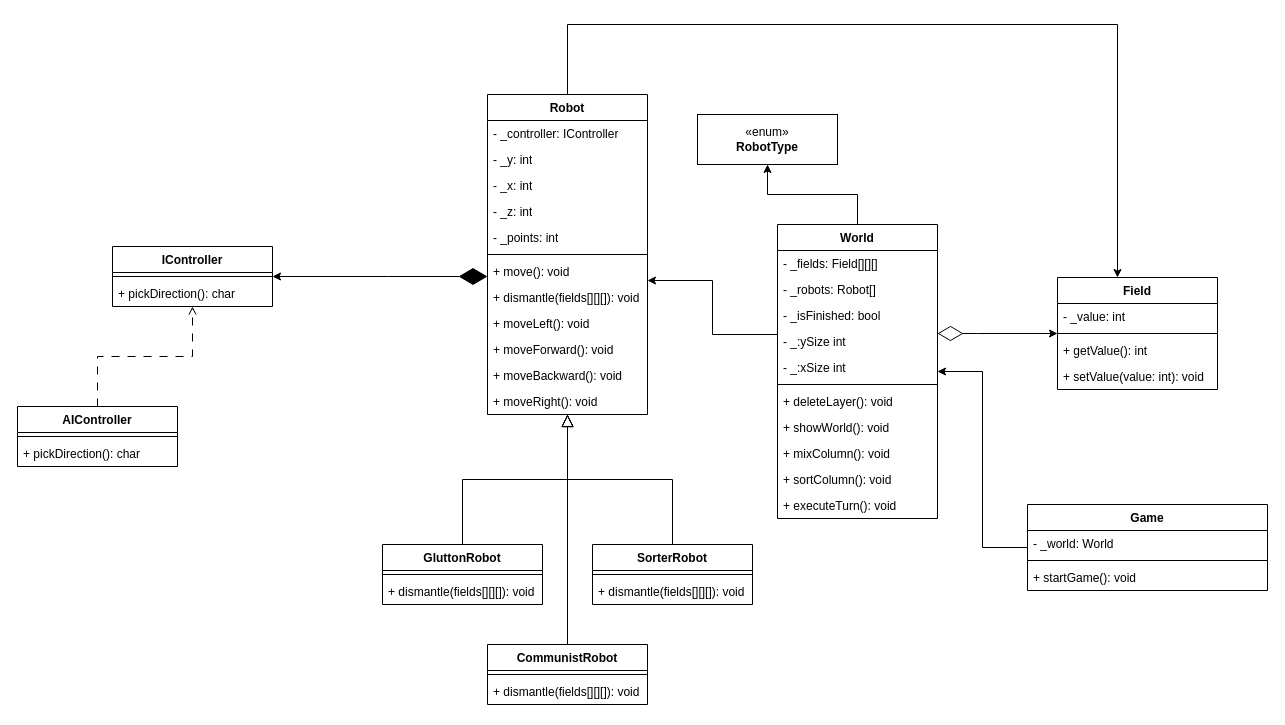
ergimandija/ParallelDeepMiner keeps this draw.io diagram as DeepMiner.drawio. Above is the earlier version. Source tidied: cells renumbered, new cells numbered last; positions are measured from the earlier drawing's top-left corner, leaving out a move shared by most shapes. Both pictures are drawn from the tidied source at 100%, with x=0, y=0 at pixel (17, 24).
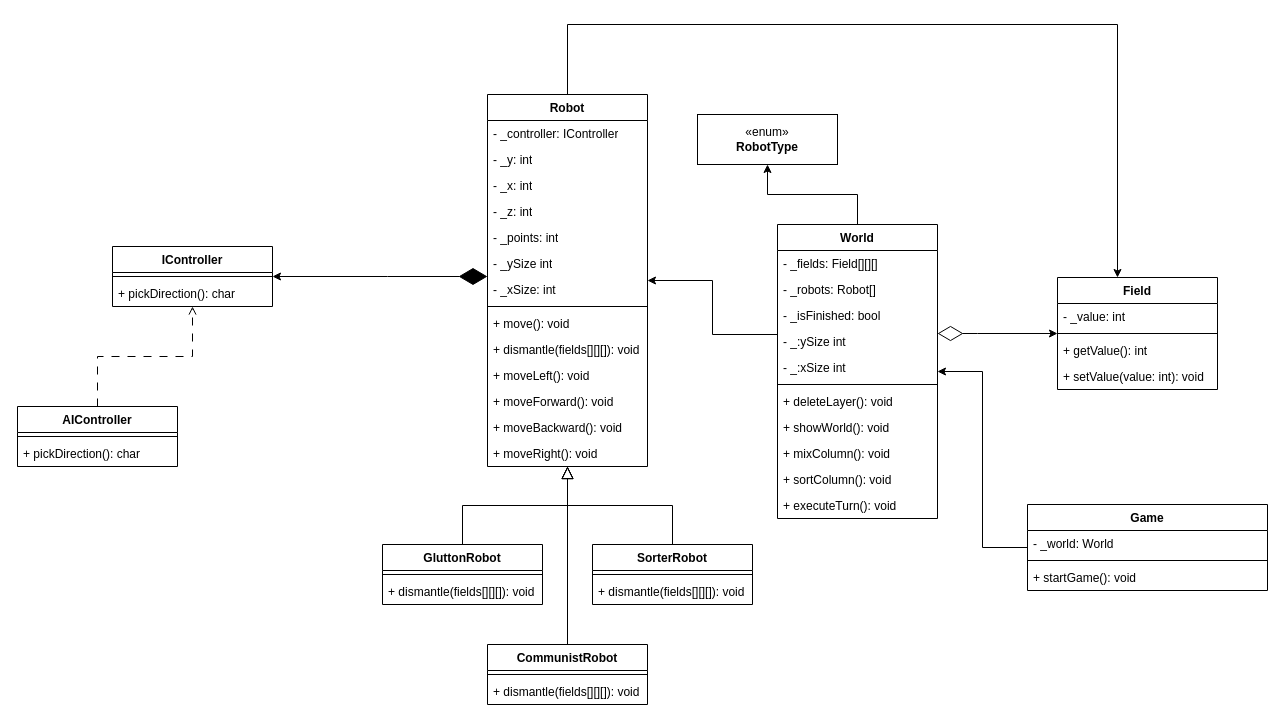
Above is the later version.

Diff of the diagram source:
```diff
@@
     <mxCell id="24" value="Robot" style="swimlane;fontStyle=1;align=center;verticalAlign=top;horizontal=1;startSize=26;whiteSpace=wrap;html=1;" parent="1" vertex="1">
-      <mxGeometry x="470" y="70" width="160" height="320" as="geometry" />
+      <mxGeometry x="470" y="70" width="160" height="372" as="geometry" />
     </mxCell>
@@
+    <mxCell id="62" value="- _ySize int" style="text;strokeColor=none;fillColor=none;align=left;verticalAlign=top;spacingLeft=4;spacingRight=4;overflow=hidden;whiteSpace=wrap;html=1;" parent="24" vertex="1">
+      <mxGeometry y="156" width="160" height="26" as="geometry" />
+    </mxCell>
+    <mxCell id="63" value="- _xSize: int" style="text;strokeColor=none;fillColor=none;align=left;verticalAlign=top;spacingLeft=4;spacingRight=4;overflow=hidden;whiteSpace=wrap;html=1;" parent="24" vertex="1">
+      <mxGeometry y="182" width="160" height="26" as="geometry" />
+    </mxCell>
     <mxCell id="30" style="line;strokeWidth=1;fillColor=none;align=left;verticalAlign=middle;spacingTop=-1;spacingLeft=3;spacingRight=3;labelPosition=right;strokeColor=inherit;" parent="24" vertex="1">
-      <mxGeometry y="156" width="160" height="8" as="geometry" />
+      <mxGeometry y="208" width="160" height="8" as="geometry" />
     </mxCell>
     <mxCell id="31" value="+ move(): void" style="text;strokeColor=none;fillColor=none;align=left;verticalAlign=top;spacingLeft=4;spacingRight=4;overflow=hidden;whiteSpace=wrap;html=1;" parent="24" vertex="1">
-      <mxGeometry y="164" width="160" height="26" as="geometry" />
+      <mxGeometry y="216" width="160" height="26" as="geometry" />
     </mxCell>
     <mxCell id="32" value="+ dismantle(fields[][][]): void" style="text;strokeColor=none;fillColor=none;align=left;verticalAlign=top;spacingLeft=4;spacingRight=4;overflow=hidden;whiteSpace=wrap;html=1;" parent="24" vertex="1">
-      <mxGeometry y="190" width="160" height="26" as="geometry" />
+      <mxGeometry y="242" width="160" height="26" as="geometry" />
     </mxCell>
     <mxCell id="33" value="+ moveLeft(): void" style="text;strokeColor=none;fillColor=none;align=left;verticalAlign=top;spacingLeft=4;spacingRight=4;overflow=hidden;whiteSpace=wrap;html=1;" parent="24" vertex="1">
-      <mxGeometry y="216" width="160" height="26" as="geometry" />
+      <mxGeometry y="268" width="160" height="26" as="geometry" />
     </mxCell>
     <mxCell id="34" value="+ moveForward(): void" style="text;strokeColor=none;fillColor=none;align=left;verticalAlign=top;spacingLeft=4;spacingRight=4;overflow=hidden;whiteSpace=wrap;html=1;" parent="24" vertex="1">
-      <mxGeometry y="242" width="160" height="26" as="geometry" />
+      <mxGeometry y="294" width="160" height="26" as="geometry" />
     </mxCell>
     <mxCell id="35" value="+ moveBackward(): void" style="text;strokeColor=none;fillColor=none;align=left;verticalAlign=top;spacingLeft=4;spacingRight=4;overflow=hidden;whiteSpace=wrap;html=1;" parent="24" vertex="1">
-      <mxGeometry y="268" width="160" height="26" as="geometry" />
+      <mxGeometry y="320" width="160" height="26" as="geometry" />
     </mxCell>
     <mxCell id="36" value="+ moveRight(): void" style="text;strokeColor=none;fillColor=none;align=left;verticalAlign=top;spacingLeft=4;spacingRight=4;overflow=hidden;whiteSpace=wrap;html=1;" parent="24" vertex="1">
-      <mxGeometry y="294" width="160" height="26" as="geometry" />
+      <mxGeometry y="346" width="160" height="26" as="geometry" />
     </mxCell>
```
